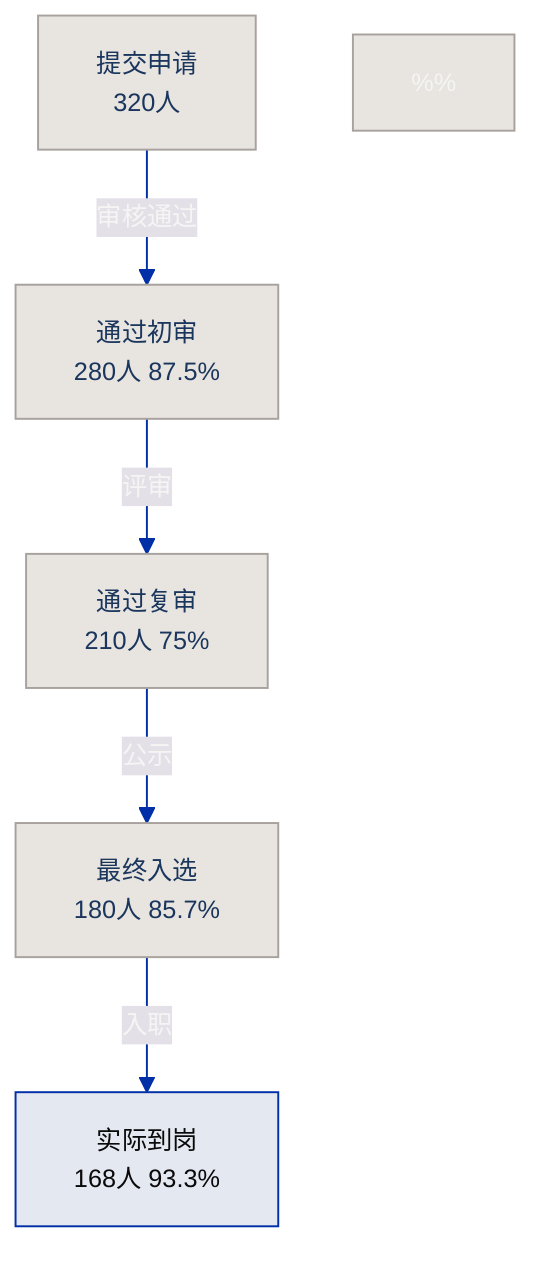
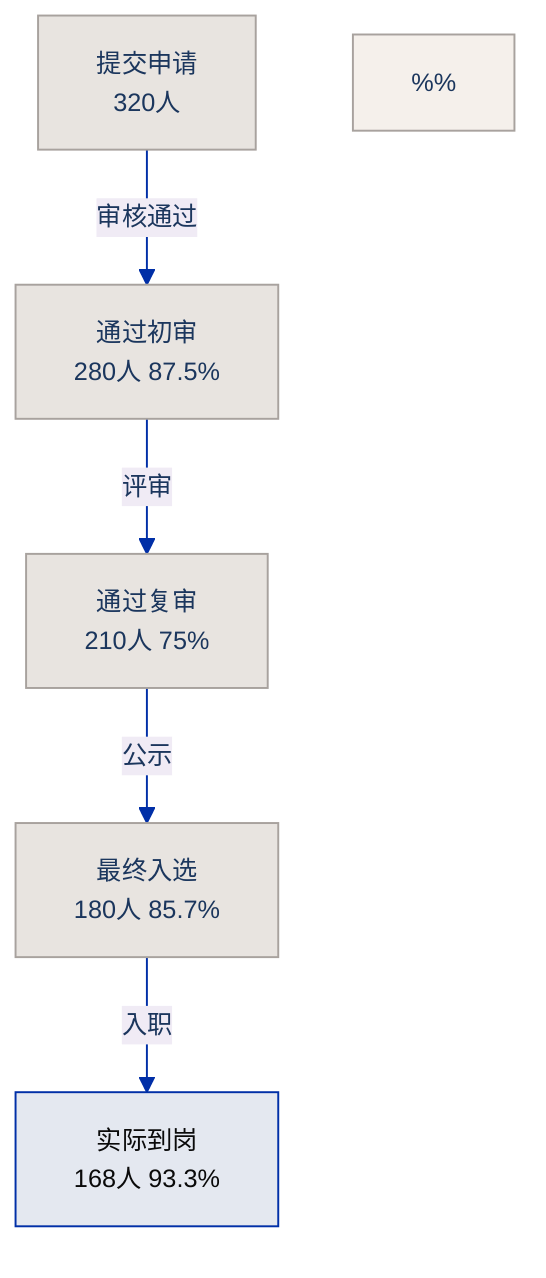
%% Funnel / Conversion Pipeline (archviz-skills)
%% Use for: conversion rates, recruitment pipeline, application stages, approval workflow
%% Env: Mermaid (visual) or HTML (precise %). Mermaid funnel not native — use flowchart approximation.
%% Dials: Complexity 3, Density 4, Restraint 8
%% Anti-pattern: max 7 stages, label each with % or count, width conveys drop-off

- %%{init: {'theme': 'base', 'themeVariables': {'primaryColor': '#e8e4e0', 'primaryTextColor': '#f5f5f4', 'primaryBorderColor': '#a8a29e', 'lineColor': '#002FA7', 'fontSize': '13px'}}}%%
+ %%{init: {'theme': 'base', 'themeVariables': {'primaryColor': '#f5f0eb', 'primaryTextColor': '#1B365D', 'primaryBorderColor': '#a8a29e', 'lineColor': '#002FA7', 'fontSize': '13px'}}}%%
flowchart TD
    A["提交申请\n320人"] -->|审核通过| B["通过初审\n280人 87.5%"]
    B -->|评审| C["通过复审\n210人 75%"]
    C -->|公示| D["最终入选\n180人 85.7%"]
    D -->|入职| E["实际到岗\n168人 93.3%"]

    classDef stage fill:#e8e4e0,stroke:#a8a29e,color:#1B365D
    classDef highlight fill:#e4e8f0,stroke:#002FA7,color:#0a0a0a
    class A,B,C,D stage
    class E highlight

%% Caption: 5 阶段漏斗，初审到到岗整体留存率 52.5%，主要流失在复审环节（25%）

%% ASCII fallback:
%% 提交申请 (320)
%%   ╲ 87.5% ╱
%%   通过初审 (280)
%%     ╲ 75% ╱
%%     通过复审 (210)
%%       ╲ 85.7% ╱
%%       最终入选 (180)
%%         ╲ 93.3% ╱
%%         实际到岗 (168)
%%
%% Use decreasing width to show drop-off. Labels: count + %.
